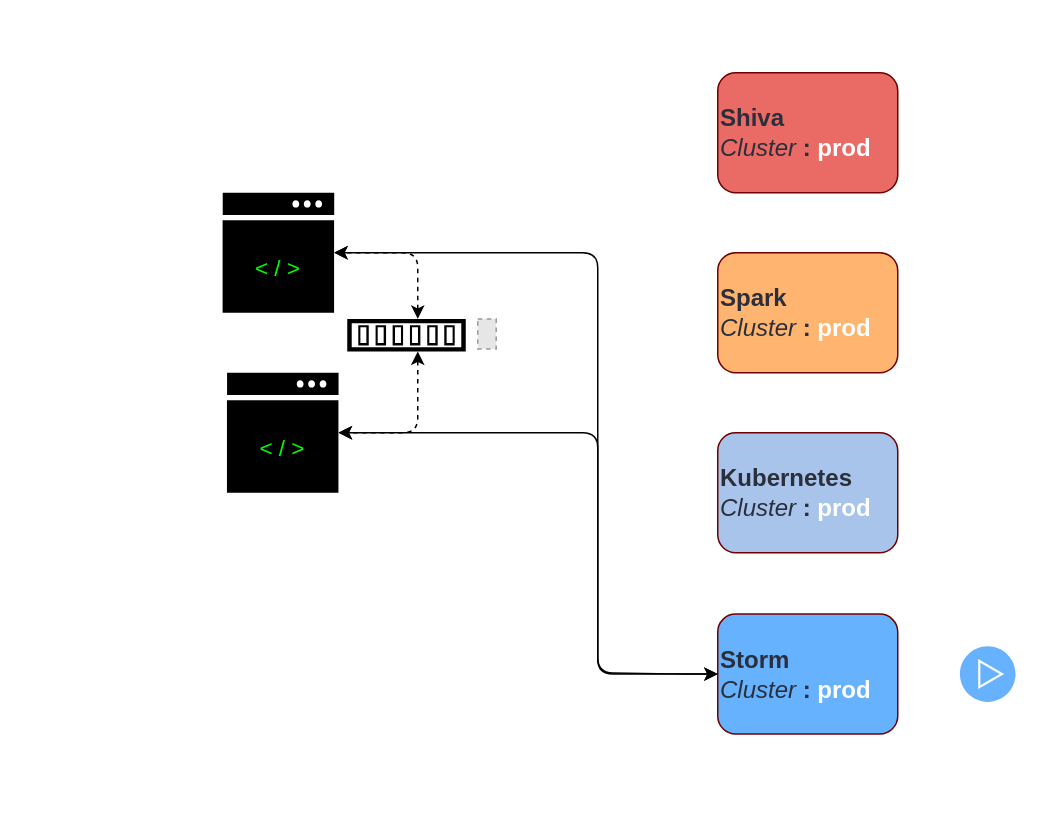
This is drawio/schemas/reference-platform-console-admin-plane.drawio from punchplatform/material, a draw.io file, before an edit. Source tidied: cells renumbered, new cells numbered last; positions are measured from the earlier drawing's top-left corner, leaving out a move shared by most shapes. Both pictures are drawn from the tidied source at 150%, with x=0, y=0 at pixel (213, 72). Pictures stored in the file or linked from it are replaced by grey dashed boxes.
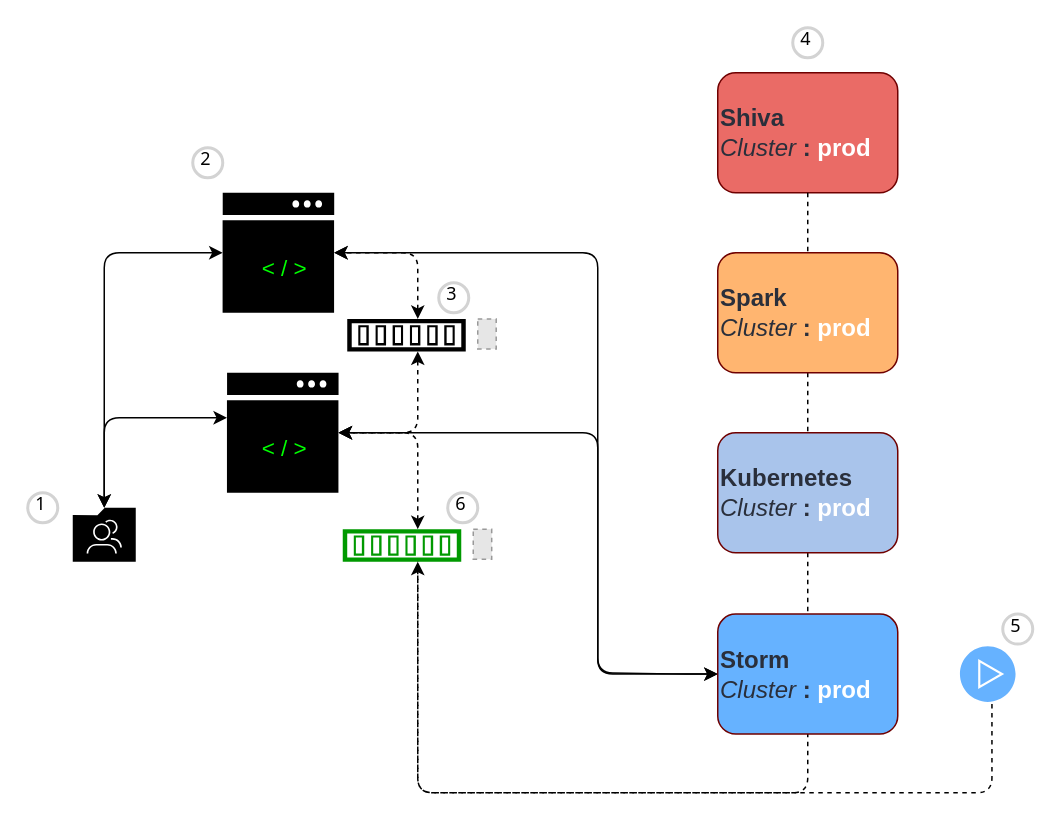
After the change.

Unchanged cells that the change refers to:
```xml
<mxCell id="2" value="&lt;font style=&quot;font-size: 16px&quot;&gt;&lt;b&gt;&lt;font color=&quot;#2a2f3b&quot; style=&quot;font-size: 16px&quot;&gt;Shiva&lt;/font&gt;&lt;/b&gt;&lt;br&gt;&lt;font color=&quot;#2a2f3b&quot; style=&quot;font-size: 16px&quot;&gt;&lt;i&gt;Cluster&lt;/i&gt;&amp;nbsp;&lt;/font&gt;&lt;b&gt;&lt;font color=&quot;#2a2f3b&quot; style=&quot;font-size: 16px&quot;&gt;:&lt;/font&gt; prod&lt;/b&gt;&lt;br&gt;&lt;/font&gt;" style="rounded=1;whiteSpace=wrap;html=1;fillColor=#EA6B66;strokeColor=#6F0000;align=left;fontColor=#ffffff;" parent="1" vertex="1">
  <mxGeometry x="336" width="120" height="80" as="geometry" />
</mxCell>
<mxCell id="6" style="group;" parent="1" vertex="1">
  <mxGeometry x="6" y="200" width="83" height="80" as="geometry" />
</mxCell>
<mxCell id="7" style="shadow=0;dashed=0;html=1;strokeColor=none;fillColor=#000000;labelPosition=center;verticalLabelPosition=bottom;verticalAlign=top;align=center;outlineConnect=0;shape=mxgraph.veeam2.interface_console;" parent="6" vertex="1">
  <mxGeometry x="2.8" width="74.4" height="80" as="geometry" />
</mxCell>
<mxCell id="15" style="group;" parent="14" vertex="1">
  <mxGeometry width="88.8" height="80" as="geometry" />
</mxCell>
<mxCell id="16" style="shadow=0;dashed=0;html=1;strokeColor=none;fillColor=#000000;labelPosition=center;verticalLabelPosition=bottom;verticalAlign=top;align=center;outlineConnect=0;shape=mxgraph.veeam2.interface_console;" parent="15" vertex="1">
  <mxGeometry x="2.8" width="74.4" height="80" as="geometry" />
</mxCell>
```

Change to the diagram source:
```diff
@@
-    <mxCell id="3" value="&lt;font style=&quot;font-size: 16px&quot;&gt;&lt;b&gt;&lt;font color=&quot;#2a2f3b&quot; style=&quot;font-size: 16px&quot;&gt;Kubernetes&lt;/font&gt;&lt;/b&gt;&lt;br&gt;&lt;font color=&quot;#2a2f3b&quot; style=&quot;font-size: 16px&quot;&gt;&lt;i&gt;Cluster&lt;/i&gt;&amp;nbsp;&lt;/font&gt;&lt;b&gt;&lt;font color=&quot;#2a2f3b&quot; style=&quot;font-size: 16px&quot;&gt;:&lt;/font&gt; prod&lt;/b&gt;&lt;br&gt;&lt;/font&gt;" style="rounded=1;whiteSpace=wrap;html=1;fillColor=#A9C4EB;strokeColor=#6F0000;align=left;fontColor=#ffffff;" parent="1" vertex="1">
-      <mxGeometry x="336" y="240" width="120" height="80" as="geometry" />
-    </mxCell>
-    <mxCell id="4" value="&lt;font style=&quot;font-size: 16px&quot;&gt;&lt;b&gt;&lt;font color=&quot;#2a2f3b&quot; style=&quot;font-size: 16px&quot;&gt;Spark&lt;/font&gt;&lt;/b&gt;&lt;br&gt;&lt;font color=&quot;#2a2f3b&quot; style=&quot;font-size: 16px&quot;&gt;&lt;i&gt;Cluster&lt;/i&gt;&amp;nbsp;&lt;/font&gt;&lt;b&gt;&lt;font color=&quot;#2a2f3b&quot; style=&quot;font-size: 16px&quot;&gt;:&lt;/font&gt; prod&lt;/b&gt;&lt;br&gt;&lt;/font&gt;" style="rounded=1;whiteSpace=wrap;html=1;fillColor=#FFB570;strokeColor=#6F0000;align=left;fontColor=#ffffff;" parent="1" vertex="1">
-      <mxGeometry x="336" y="120" width="120" height="80" as="geometry" />
-    </mxCell>
@@
     <mxCell id="8" value="&lt;font color=&quot;#00ff00&quot; style=&quot;font-size: 15px&quot;&gt;&amp;lt; / &amp;gt;&lt;/font&gt;" style="text;html=1;strokeColor=none;fillColor=none;align=center;verticalAlign=middle;whiteSpace=wrap;rounded=0;" parent="6" vertex="1">
-      <mxGeometry x="-3" y="40" width="86" height="20" as="geometry" />
+      <mxGeometry x="20" y="40" width="43" height="20" as="geometry" />
     </mxCell>
@@
-    <mxCell id="10" value="&lt;font style=&quot;font-size: 16px&quot;&gt;&lt;b&gt;&lt;font color=&quot;#2a2f3b&quot; style=&quot;font-size: 16px&quot;&gt;Storm&lt;/font&gt;&lt;/b&gt;&lt;br&gt;&lt;font color=&quot;#2a2f3b&quot; style=&quot;font-size: 16px&quot;&gt;&lt;i&gt;Cluster&lt;/i&gt;&amp;nbsp;&lt;/font&gt;&lt;b&gt;&lt;font color=&quot;#2a2f3b&quot; style=&quot;font-size: 16px&quot;&gt;:&lt;/font&gt; prod&lt;/b&gt;&lt;br&gt;&lt;/font&gt;" style="rounded=1;whiteSpace=wrap;html=1;fillColor=#66B2FF;strokeColor=#6F0000;align=left;fontColor=#ffffff;" parent="1" vertex="1">
-      <mxGeometry x="336" y="360.9" width="120" height="80" as="geometry" />
-    </mxCell>
@@
     <mxCell id="17" value="&lt;font color=&quot;#00ff00&quot; style=&quot;font-size: 15px&quot;&gt;&amp;lt; / &amp;gt;&lt;/font&gt;" style="text;html=1;strokeColor=none;fillColor=none;align=center;verticalAlign=middle;whiteSpace=wrap;rounded=0;" parent="15" vertex="1">
-      <mxGeometry x="-3" y="40" width="86" height="20" as="geometry" />
+      <mxGeometry x="17.9" y="40" width="53" height="20" as="geometry" />
     </mxCell>
@@
+    <mxCell id="22" value="4" style="ellipse;whiteSpace=wrap;html=1;strokeWidth=2;fontFamily=Tahoma;spacingBottom=4;spacingRight=2;strokeColor=#d3d3d3;fillColor=none;" parent="1" vertex="1">
+      <mxGeometry x="386" y="-30" width="20" height="20" as="geometry" />
+    </mxCell>
+    <mxCell id="23" value="1" style="ellipse;whiteSpace=wrap;html=1;strokeWidth=2;fontFamily=Tahoma;spacingBottom=4;spacingRight=2;strokeColor=#d3d3d3;fillColor=none;" parent="1" vertex="1">
+      <mxGeometry x="-124" y="280" width="20" height="20" as="geometry" />
+    </mxCell>
+    <mxCell id="24" style="shadow=0;dashed=0;html=1;strokeColor=none;fillColor=#000000;labelPosition=center;verticalLabelPosition=bottom;verticalAlign=top;align=center;outlineConnect=0;shape=mxgraph.veeam2.shared_folder;" parent="1" vertex="1">
+      <mxGeometry x="-94" y="290" width="42" height="36" as="geometry" />
+    </mxCell>
+    <mxCell id="25" style="edgeStyle=orthogonalEdgeStyle;rounded=1;jettySize=auto;html=1;startArrow=classic;startFill=1;" parent="1" edge="1" source="24" target="16">
+      <mxGeometry relative="1" as="geometry">
+        <Array as="points">
+          <mxPoint x="-73" y="120" />
+        </Array>
+      </mxGeometry>
+    </mxCell>
+    <mxCell id="26" style="edgeStyle=orthogonalEdgeStyle;rounded=1;jettySize=auto;html=1;startArrow=classic;startFill=1;" parent="1" edge="1" source="24" target="7">
+      <mxGeometry relative="1" as="geometry">
+        <Array as="points">
+          <mxPoint x="-73" y="230" />
+        </Array>
+      </mxGeometry>
+    </mxCell>
+    <mxCell id="27" value="2" style="ellipse;whiteSpace=wrap;html=1;strokeWidth=2;fontFamily=Tahoma;spacingBottom=4;spacingRight=2;strokeColor=#d3d3d3;fillColor=none;" parent="1" vertex="1">
+      <mxGeometry x="-14" y="50" width="20" height="20" as="geometry" />
+    </mxCell>
+    <mxCell id="28" value="3" style="ellipse;whiteSpace=wrap;html=1;strokeWidth=2;fontFamily=Tahoma;spacingBottom=4;spacingRight=2;strokeColor=#d3d3d3;fillColor=none;" parent="1" vertex="1">
+      <mxGeometry x="150" y="140" width="20" height="20" as="geometry" />
+    </mxCell>
+    <mxCell id="29" value="5" style="ellipse;whiteSpace=wrap;html=1;strokeWidth=2;fontFamily=Tahoma;spacingBottom=4;spacingRight=2;strokeColor=#d3d3d3;fillColor=none;" parent="1" vertex="1">
+      <mxGeometry x="526" y="360.9" width="20" height="20" as="geometry" />
+    </mxCell>
+    <mxCell id="30" style="group;" parent="1" vertex="1">
+      <mxGeometry x="86" y="304.3" width="99.3" height="21.7" as="geometry" />
+    </mxCell>
+    <mxCell id="31" style="shadow=0;dashed=0;html=1;strokeColor=none;fillColor=#009900;labelPosition=center;verticalLabelPosition=bottom;verticalAlign=top;align=center;outlineConnect=0;shape=mxgraph.veeam2.storage_snapshot;" parent="30" vertex="1">
+      <mxGeometry width="79" height="21.7" as="geometry" />
+    </mxCell>
+    <mxCell id="32" style="fillColor=#E6E6E6;strokeColor=#999999;dashed=1;verticalLabelPosition=bottom;labelBackgroundColor=#ffffff;verticalAlign=top;" parent="30" vertex="1">
+      <mxGeometry x="87" width="12.3" height="20" as="geometry" />
+    </mxCell>
+    <mxCell id="33" style="edgeStyle=orthogonalEdgeStyle;rounded=1;jettySize=auto;html=1;startArrow=classic;startFill=1;dashed=1;" parent="1" edge="1" source="31" target="7">
+      <mxGeometry relative="1" as="geometry">
+        <Array as="points">
+          <mxPoint x="136" y="240" />
+        </Array>
+      </mxGeometry>
+    </mxCell>
+    <mxCell id="34" style="edgeStyle=orthogonalEdgeStyle;rounded=1;jettySize=auto;html=1;startArrow=none;startFill=0;dashed=1;endArrow=none;endFill=0;" parent="1" edge="1" target="31">
+      <mxGeometry relative="1" as="geometry">
+        <mxPoint x="518.8" y="420.9" as="sourcePoint" />
+        <Array as="points">
+          <mxPoint x="519" y="480" />
+          <mxPoint x="136" y="480" />
+        </Array>
+      </mxGeometry>
+    </mxCell>
+    <mxCell id="35" style="edgeStyle=orthogonalEdgeStyle;rounded=1;jettySize=auto;html=1;startArrow=none;startFill=0;dashed=1;exitX=0.5;exitY=1;exitDx=0;exitDy=0;" parent="1" edge="1" source="2" target="31">
+      <mxGeometry relative="1" as="geometry">
+        <Array as="points">
+          <mxPoint x="396" y="480" />
+          <mxPoint x="136" y="480" />
+        </Array>
+      </mxGeometry>
+    </mxCell>
+    <mxCell id="3" value="&lt;font style=&quot;font-size: 16px&quot;&gt;&lt;b&gt;&lt;font color=&quot;#2a2f3b&quot; style=&quot;font-size: 16px&quot;&gt;Kubernetes&lt;/font&gt;&lt;/b&gt;&lt;br&gt;&lt;font color=&quot;#2a2f3b&quot; style=&quot;font-size: 16px&quot;&gt;&lt;i&gt;Cluster&lt;/i&gt;&amp;nbsp;&lt;/font&gt;&lt;b&gt;&lt;font color=&quot;#2a2f3b&quot; style=&quot;font-size: 16px&quot;&gt;:&lt;/font&gt; prod&lt;/b&gt;&lt;br&gt;&lt;/font&gt;" style="rounded=1;whiteSpace=wrap;html=1;fillColor=#A9C4EB;strokeColor=#6F0000;align=left;fontColor=#ffffff;" parent="1" vertex="1">
+      <mxGeometry x="336" y="240" width="120" height="80" as="geometry" />
+    </mxCell>
+    <mxCell id="4" value="&lt;font style=&quot;font-size: 16px&quot;&gt;&lt;b&gt;&lt;font color=&quot;#2a2f3b&quot; style=&quot;font-size: 16px&quot;&gt;Spark&lt;/font&gt;&lt;/b&gt;&lt;br&gt;&lt;font color=&quot;#2a2f3b&quot; style=&quot;font-size: 16px&quot;&gt;&lt;i&gt;Cluster&lt;/i&gt;&amp;nbsp;&lt;/font&gt;&lt;b&gt;&lt;font color=&quot;#2a2f3b&quot; style=&quot;font-size: 16px&quot;&gt;:&lt;/font&gt; prod&lt;/b&gt;&lt;br&gt;&lt;/font&gt;" style="rounded=1;whiteSpace=wrap;html=1;fillColor=#FFB570;strokeColor=#6F0000;align=left;fontColor=#ffffff;" parent="1" vertex="1">
+      <mxGeometry x="336" y="120" width="120" height="80" as="geometry" />
+    </mxCell>
+    <mxCell id="10" value="&lt;font style=&quot;font-size: 16px&quot;&gt;&lt;b&gt;&lt;font color=&quot;#2a2f3b&quot; style=&quot;font-size: 16px&quot;&gt;Storm&lt;/font&gt;&lt;/b&gt;&lt;br&gt;&lt;font color=&quot;#2a2f3b&quot; style=&quot;font-size: 16px&quot;&gt;&lt;i&gt;Cluster&lt;/i&gt;&amp;nbsp;&lt;/font&gt;&lt;b&gt;&lt;font color=&quot;#2a2f3b&quot; style=&quot;font-size: 16px&quot;&gt;:&lt;/font&gt; prod&lt;/b&gt;&lt;br&gt;&lt;/font&gt;" style="rounded=1;whiteSpace=wrap;html=1;fillColor=#66B2FF;strokeColor=#6F0000;align=left;fontColor=#ffffff;" parent="1" vertex="1">
+      <mxGeometry x="336" y="360.9" width="120" height="80" as="geometry" />
+    </mxCell>
+    <mxCell id="36" value="6" style="ellipse;whiteSpace=wrap;html=1;strokeWidth=2;fontFamily=Tahoma;spacingBottom=4;spacingRight=2;strokeColor=#d3d3d3;fillColor=none;" parent="1" vertex="1">
+      <mxGeometry x="156" y="280" width="20" height="20" as="geometry" />
+    </mxCell>
```
